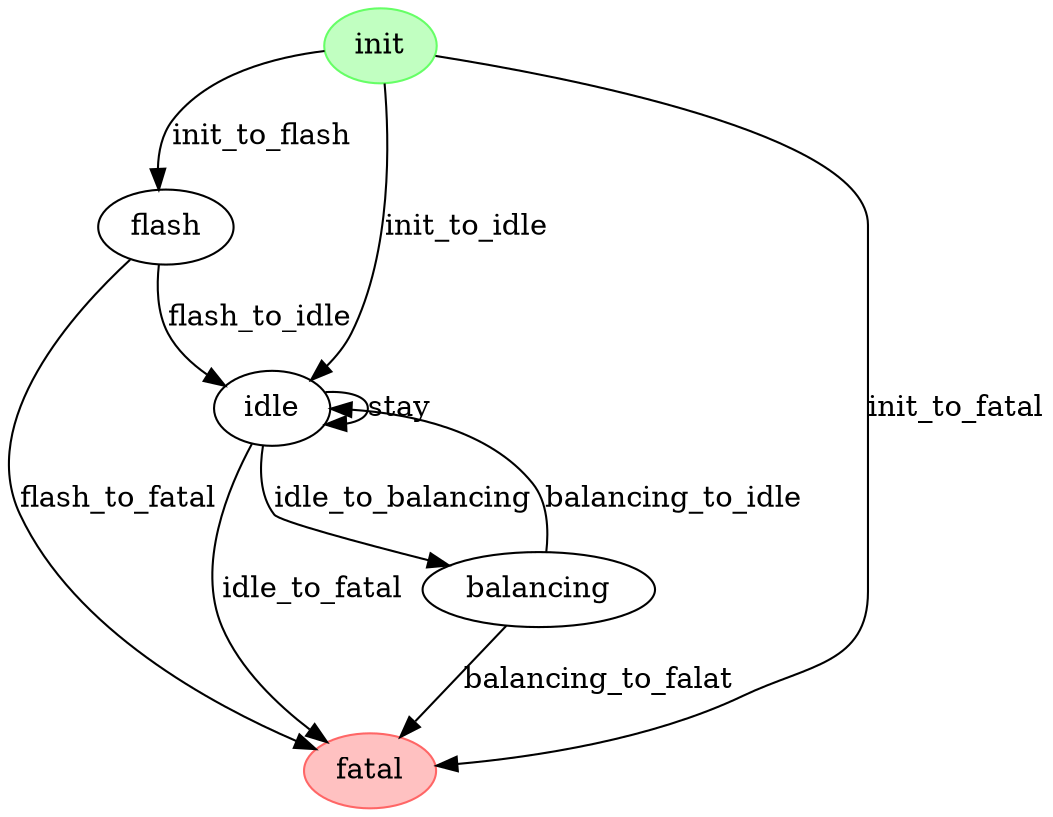
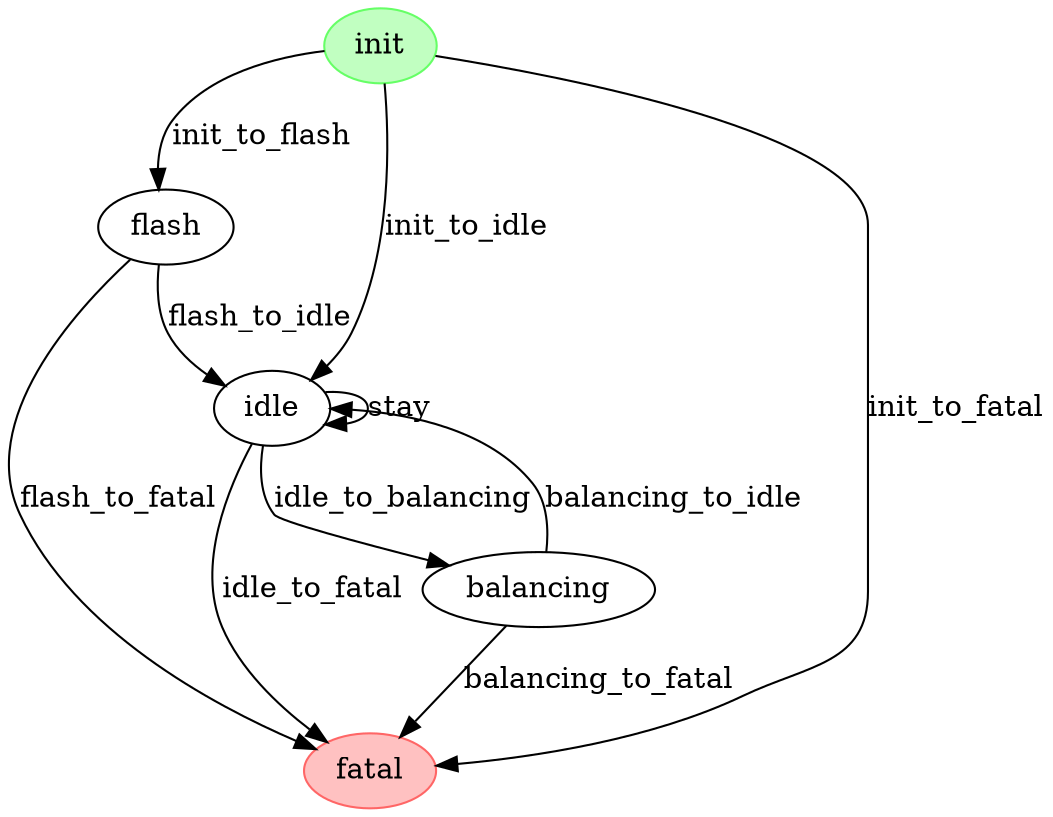
digraph "gv_fsm example" {
    bgcolor="white"
    layout="dot"
    center=true
    concentrate=false

    init [
        style="filled"
        color="#66ff66"
        fillcolor="#c1ffc1"
    ]
    flash
    idle
    balancing
    fatal [
        style="filled"
        color="#ff6666"
        fillcolor="#ffc1c1"
    ]

    init -> idle [label="init_to_idle"]
    init -> flash [label="init_to_flash"]
    init -> fatal [label="init_to_fatal"]
    flash -> idle [label="flash_to_idle"]
    flash -> fatal [label="flash_to_fatal"]
    idle -> idle [label="stay"]
    idle -> balancing [label="idle_to_balancing"]
    idle -> fatal[label="idle_to_fatal"]
    balancing -> idle [label="balancing_to_idle"]
-     balancing -> fatal [label="balancing_to_falat"]
+     balancing -> fatal [label="balancing_to_fatal"]
}
